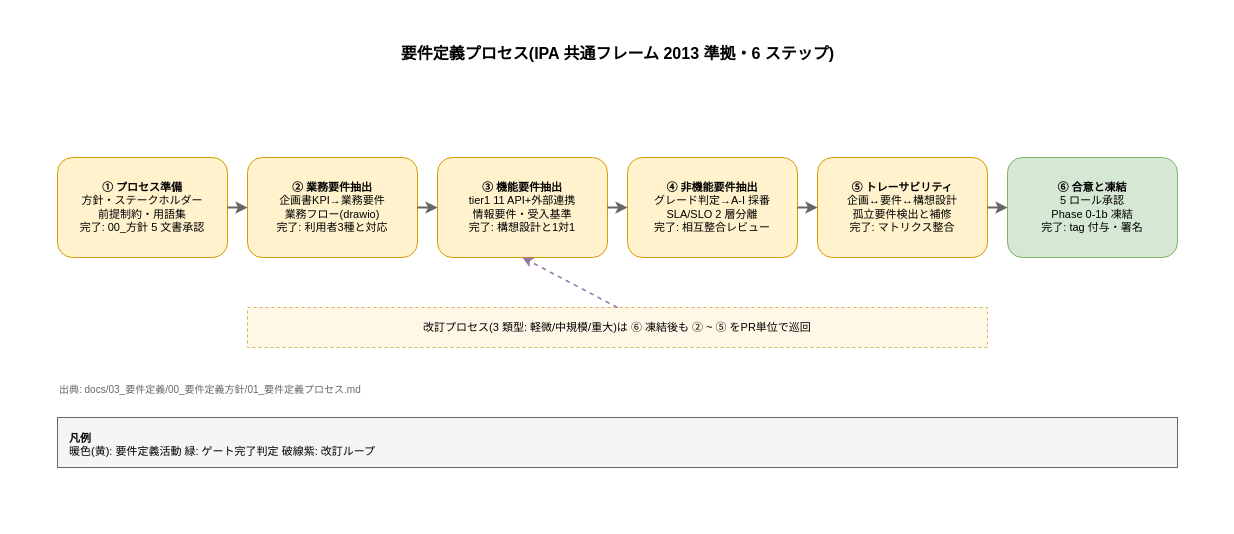
This is docs/03_要件定義/00_要件定義方針/img/requirement_process_flow.drawio from RyuheiKiso/k1s0, a draw.io file, before an edit. Source tidied: cells renumbered, new cells numbered last; positions are measured from the earlier drawing's top-left corner, leaving out a move shared by most shapes. Both pictures are drawn from the tidied source at 100%, with x=0, y=0 at pixel (17, 17).
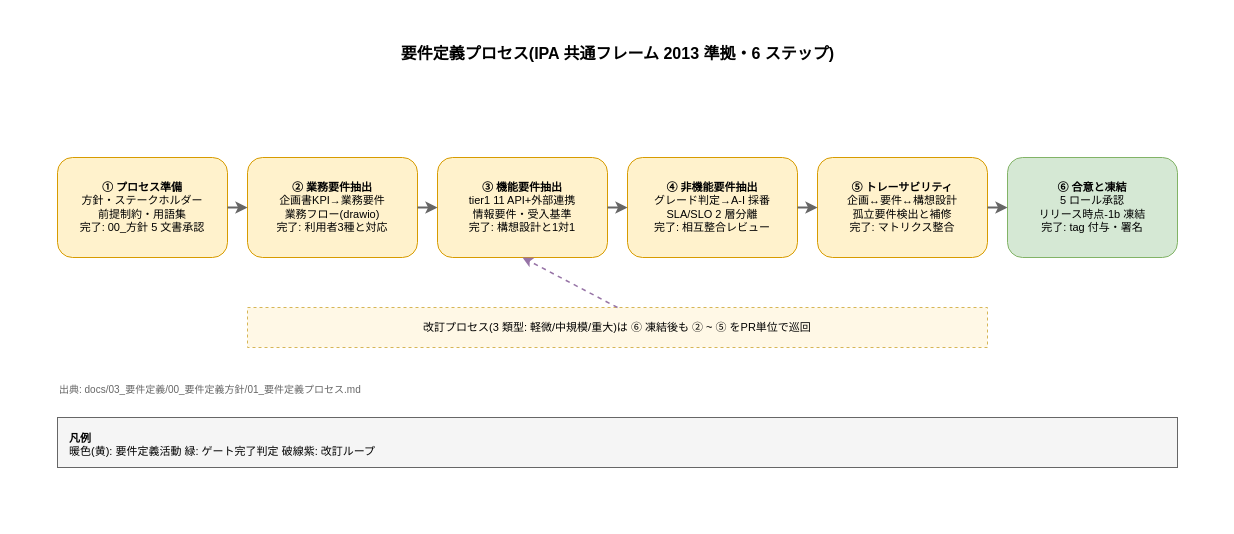
After the change.

Change to the diagram source:
```diff
@@
 <mxGraphModel>
   <root>
     <mxCell id="0" />
     <mxCell id="1" parent="0" />
     <mxCell id="2" style="rounded=0;whiteSpace=wrap;html=1;fillColor=#FFFFFF;strokeColor=none;" parent="1" vertex="1">
       <mxGeometry width="1200" height="500" as="geometry" />
     </mxCell>
     <mxCell id="3" value="要件定義プロセス(IPA 共通フレーム 2013 準拠・6 ステップ)" style="text;html=1;align=center;fontSize=16;fontStyle=1;fontColor=#000000;" parent="1" vertex="1">
       <mxGeometry x="200" y="20" width="800" height="30" as="geometry" />
     </mxCell>
     <mxCell id="4" value="&lt;b&gt;① プロセス準備&lt;/b&gt;&#10;方針・ステークホルダー&#10;前提制約・用語集&#10;完了: 00_方針 5 文書承認" style="rounded=1;whiteSpace=wrap;html=1;fillColor=#fff2cc;strokeColor=#d79b00;fontSize=11;fontColor=#000000;" parent="1" vertex="1">
       <mxGeometry x="40" y="140" width="170" height="100" as="geometry" />
     </mxCell>
     <mxCell id="5" value="&lt;b&gt;② 業務要件抽出&lt;/b&gt;&#10;企画書KPI→業務要件&#10;業務フロー(drawio)&#10;完了: 利用者3種と対応" style="rounded=1;whiteSpace=wrap;html=1;fillColor=#fff2cc;strokeColor=#d79b00;fontSize=11;fontColor=#000000;" parent="1" vertex="1">
       <mxGeometry x="230" y="140" width="170" height="100" as="geometry" />
     </mxCell>
     <mxCell id="6" value="&lt;b&gt;③ 機能要件抽出&lt;/b&gt;&#10;tier1 11 API+外部連携&#10;情報要件・受入基準&#10;完了: 構想設計と1対1" style="rounded=1;whiteSpace=wrap;html=1;fillColor=#fff2cc;strokeColor=#d79b00;fontSize=11;fontColor=#000000;" parent="1" vertex="1">
       <mxGeometry x="420" y="140" width="170" height="100" as="geometry" />
     </mxCell>
     <mxCell id="7" value="&lt;b&gt;④ 非機能要件抽出&lt;/b&gt;&#10;グレード判定→A-I 採番&#10;SLA/SLO 2 層分離&#10;完了: 相互整合レビュー" style="rounded=1;whiteSpace=wrap;html=1;fillColor=#fff2cc;strokeColor=#d79b00;fontSize=11;fontColor=#000000;" parent="1" vertex="1">
       <mxGeometry x="610" y="140" width="170" height="100" as="geometry" />
     </mxCell>
     <mxCell id="8" value="&lt;b&gt;⑤ トレーサビリティ&lt;/b&gt;&#10;企画↔要件↔構想設計&#10;孤立要件検出と補修&#10;完了: マトリクス整合" style="rounded=1;whiteSpace=wrap;html=1;fillColor=#fff2cc;strokeColor=#d79b00;fontSize=11;fontColor=#000000;" parent="1" vertex="1">
       <mxGeometry x="800" y="140" width="170" height="100" as="geometry" />
     </mxCell>
-    <mxCell id="9" value="&lt;b&gt;⑥ 合意と凍結&lt;/b&gt;&#10;5 ロール承認&#10;Phase 0-1b 凍結&#10;完了: tag 付与・署名" style="rounded=1;whiteSpace=wrap;html=1;fillColor=#d5e8d4;strokeColor=#82b366;fontSize=11;fontColor=#000000;" parent="1" vertex="1">
+    <mxCell id="9" value="&lt;b&gt;⑥ 合意と凍結&lt;/b&gt;&#10;5 ロール承認&#10;リリース時点-1b 凍結&#10;完了: tag 付与・署名" style="rounded=1;whiteSpace=wrap;html=1;fillColor=#d5e8d4;strokeColor=#82b366;fontSize=11;fontColor=#000000;" parent="1" vertex="1">
       <mxGeometry x="990" y="140" width="170" height="100" as="geometry" />
     </mxCell>
     <mxCell id="10" style="endArrow=classic;html=1;strokeColor=#666666;strokeWidth=2;exitX=1;exitY=0.5;entryX=0;entryY=0.5;" parent="1" edge="1" source="4" target="5">
       <mxGeometry relative="1" as="geometry" />
     </mxCell>
     <mxCell id="11" style="endArrow=classic;html=1;strokeColor=#666666;strokeWidth=2;exitX=1;exitY=0.5;entryX=0;entryY=0.5;" parent="1" edge="1" source="5" target="6">
       <mxGeometry relative="1" as="geometry" />
     </mxCell>
     <mxCell id="12" style="endArrow=classic;html=1;strokeColor=#666666;strokeWidth=2;exitX=1;exitY=0.5;entryX=0;entryY=0.5;" parent="1" edge="1" source="6" target="7">
       <mxGeometry relative="1" as="geometry" />
     </mxCell>
     <mxCell id="13" style="endArrow=classic;html=1;strokeColor=#666666;strokeWidth=2;exitX=1;exitY=0.5;entryX=0;entryY=0.5;" parent="1" edge="1" source="7" target="8">
       <mxGeometry relative="1" as="geometry" />
     </mxCell>
     <mxCell id="14" style="endArrow=classic;html=1;strokeColor=#666666;strokeWidth=2;exitX=1;exitY=0.5;entryX=0;entryY=0.5;" parent="1" edge="1" source="8" target="9">
       <mxGeometry relative="1" as="geometry" />
     </mxCell>
     <mxCell id="15" value="改訂プロセス(3 類型: 軽微/中規模/重大)は ⑥ 凍結後も ② ~ ⑤ をPR単位で巡回" style="rounded=0;whiteSpace=wrap;html=1;fillColor=#fff8e6;strokeColor=#d6b656;fontSize=11;fontColor=#000000;dashed=1;" parent="1" vertex="1">
       <mxGeometry x="230" y="290" width="740" height="40" as="geometry" />
     </mxCell>
     <mxCell id="16" style="endArrow=classic;html=1;strokeColor=#9673a6;strokeWidth=1.5;dashed=1;exitX=0.5;exitY=0;entryX=0.5;entryY=1;" parent="1" edge="1" source="15" target="6">
       <mxGeometry relative="1" as="geometry" />
     </mxCell>
     <mxCell id="17" value="&lt;b&gt;凡例&lt;/b&gt;&#10;暖色(黄): 要件定義活動  緑: ゲート完了判定  破線紫: 改訂ループ" style="rounded=0;whiteSpace=wrap;html=1;fillColor=#f5f5f5;strokeColor=#666666;fontSize=11;fontColor=#000000;align=left;verticalAlign=top;spacingLeft=10;spacingTop=8;" parent="1" vertex="1">
       <mxGeometry x="40" y="400" width="1120" height="50" as="geometry" />
     </mxCell>
     <mxCell id="18" value="出典: docs/03_要件定義/00_要件定義方針/01_要件定義プロセス.md" style="text;html=1;align=left;fontSize=10;fontColor=#666666;" parent="1" vertex="1">
       <mxGeometry x="40" y="360" width="600" height="20" as="geometry" />
     </mxCell>
   </root>
 </mxGraphModel>
```
